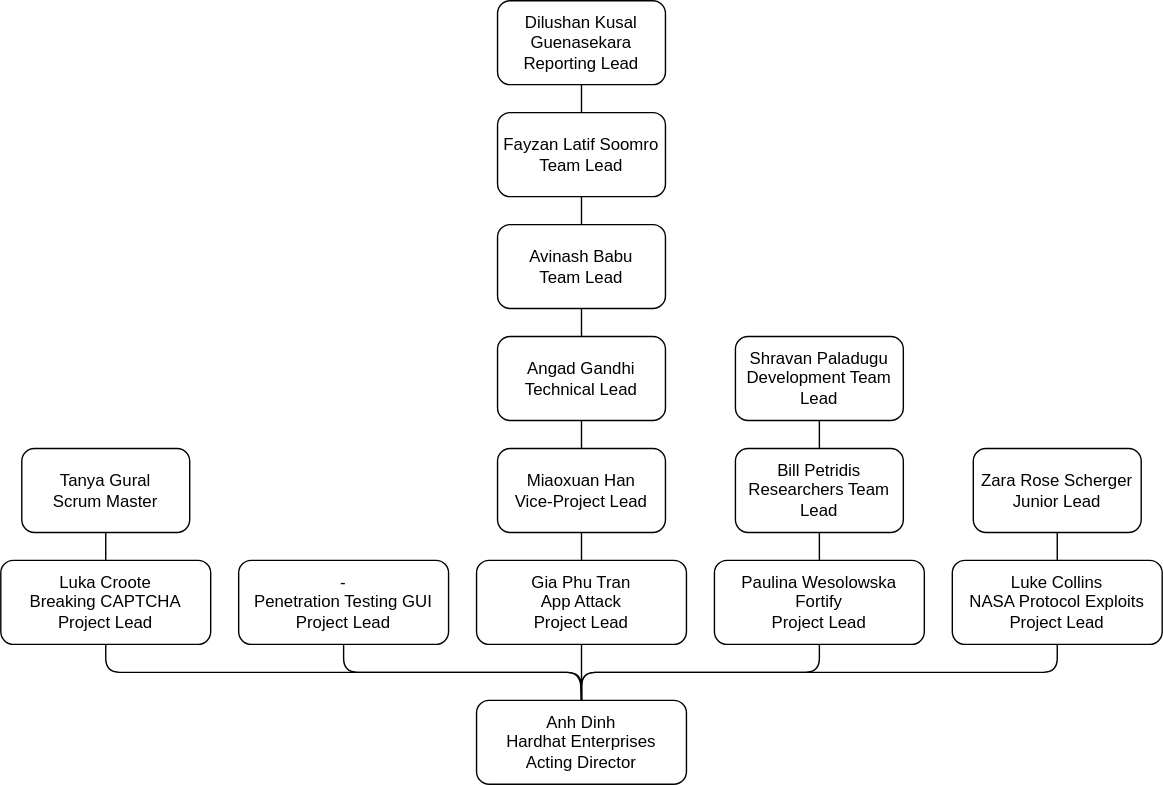
lukegcollins/hardhat-company-docs keeps this draw.io diagram as Task 2.3P - Company Objectives and Structure/LeadershipTeam.drawio.svg. Above is the earlier version. Source tidied: cells renumbered, new cells last; positions are measured from the earlier drawing's top-left corner, leaving out a move shared by most shapes.
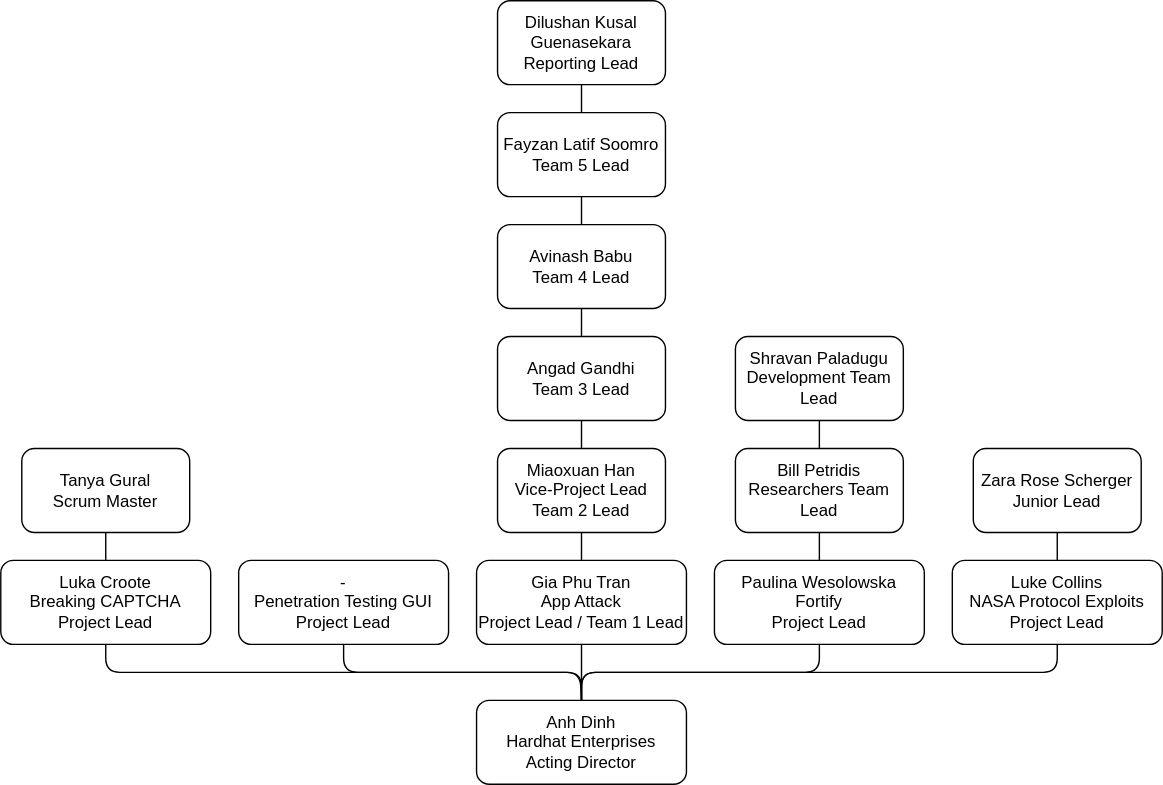
The same file after the commit.

Commit message:
updated app attack leadership

Diff of the diagram source:
```diff
@@ -17,7 +17,7 @@
     <mxCell id="6" value="Paulina Wesolowska&lt;br&gt;Fortify&lt;br&gt;Project Lead" style="rounded=1;whiteSpace=wrap;html=1;" parent="1" vertex="1">
       <mxGeometry x="510" y="400" width="150" height="60" as="geometry" />
     </mxCell>
-    <mxCell id="7" value="Gia Phu Tran&lt;br&gt;App Attack&lt;br&gt;Project Lead" style="rounded=1;whiteSpace=wrap;html=1;" parent="1" vertex="1">
+    <mxCell id="7" value="Gia Phu Tran&lt;br&gt;App Attack&lt;br&gt;Project Lead / Team 1 Lead" style="rounded=1;whiteSpace=wrap;html=1;" parent="1" vertex="1">
       <mxGeometry x="340" y="400" width="150" height="60" as="geometry" />
     </mxCell>
     <mxCell id="8" value="Tanya Gural&lt;br&gt;Scrum Master" style="rounded=1;whiteSpace=wrap;html=1;" parent="1" vertex="1">
@@ -29,16 +29,16 @@
     <mxCell id="10" value="Zara Rose Scherger&lt;br&gt;Junior Lead" style="rounded=1;whiteSpace=wrap;html=1;" parent="1" vertex="1">
       <mxGeometry x="695" y="320" width="120" height="60" as="geometry" />
     </mxCell>
-    <mxCell id="11" value="Angad Gandhi&lt;br&gt;Technical Lead" style="rounded=1;whiteSpace=wrap;html=1;" parent="1" vertex="1">
+    <mxCell id="11" value="Angad Gandhi&lt;br&gt;Team 3 Lead" style="rounded=1;whiteSpace=wrap;html=1;" parent="1" vertex="1">
       <mxGeometry x="355" y="240" width="120" height="60" as="geometry" />
     </mxCell>
-    <mxCell id="12" value="Miaoxuan Han&lt;br&gt;Vice-Project Lead" style="rounded=1;whiteSpace=wrap;html=1;" parent="1" vertex="1">
+    <mxCell id="12" value="Miaoxuan Han&lt;br&gt;Vice-Project Lead&lt;br&gt;Team 2 Lead" style="rounded=1;whiteSpace=wrap;html=1;" parent="1" vertex="1">
       <mxGeometry x="355" y="320" width="120" height="60" as="geometry" />
     </mxCell>
-    <mxCell id="13" value="Avinash Babu&lt;br&gt;Team Lead" style="rounded=1;whiteSpace=wrap;html=1;" parent="1" vertex="1">
+    <mxCell id="13" value="Avinash Babu&lt;br&gt;Team 4 Lead" style="rounded=1;whiteSpace=wrap;html=1;" parent="1" vertex="1">
       <mxGeometry x="355" y="160" width="120" height="60" as="geometry" />
     </mxCell>
-    <mxCell id="14" value="Fayzan Latif Soomro&lt;br&gt;Team Lead" style="rounded=1;whiteSpace=wrap;html=1;" parent="1" vertex="1">
+    <mxCell id="14" value="Fayzan Latif Soomro&lt;br&gt;Team 5 Lead" style="rounded=1;whiteSpace=wrap;html=1;" parent="1" vertex="1">
       <mxGeometry x="355" y="80" width="120" height="60" as="geometry" />
     </mxCell>
     <mxCell id="15" value="Shravan Paladugu&lt;br&gt;Development Team Lead" style="rounded=1;whiteSpace=wrap;html=1;" parent="1" vertex="1">
```
